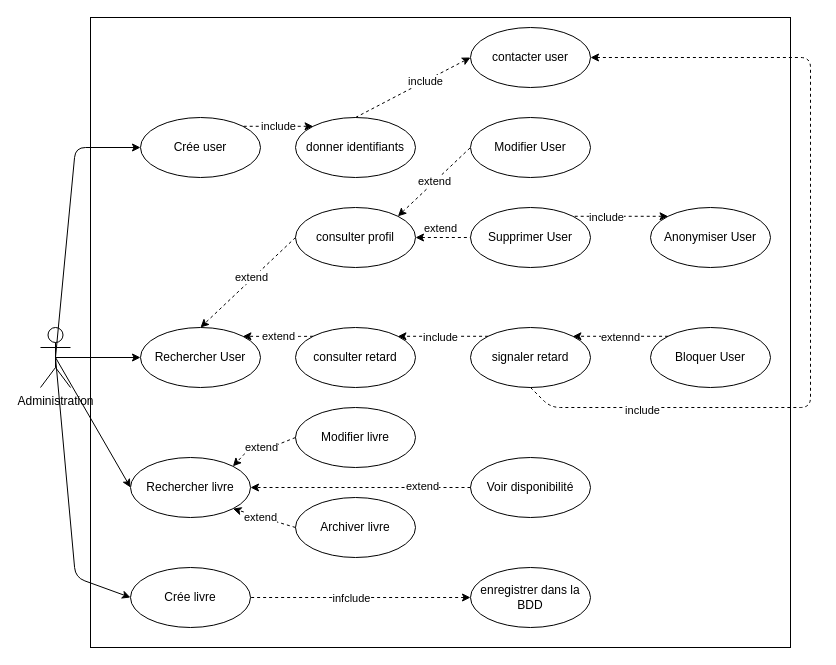
The draw.io diagram page "Page-2" (2 of 3) of diagramme/use_cases/use_cases.drawio in SquizzzGeekCat/Projet-Python_Bibliotheque, before the edit. Source tidied: cells renumbered, new cells numbered last; positions are measured from the earlier drawing's top-left corner, leaving out a move shared by most shapes. Both pictures are drawn from the tidied source at 100%, with x=0, y=0 at pixel (40, 17).
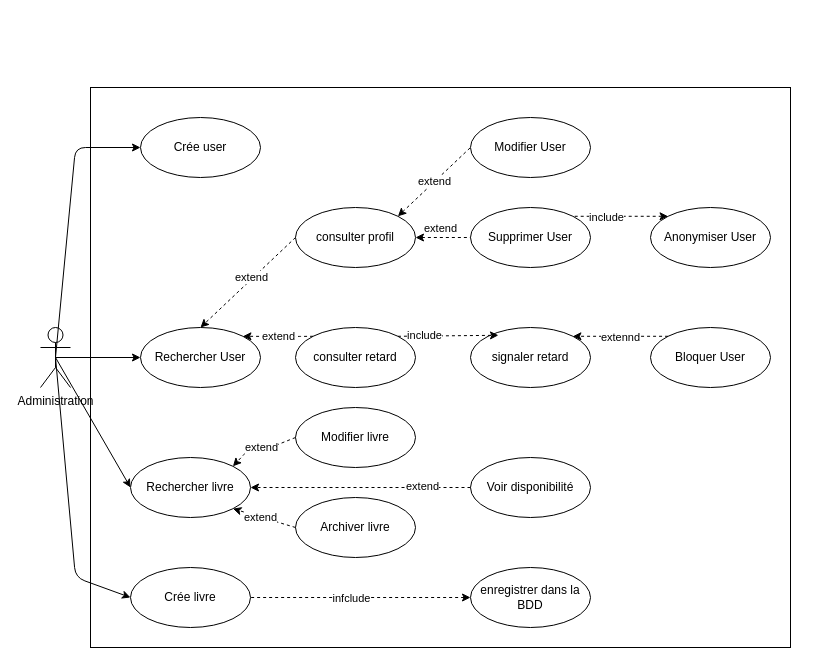
The same diagram, later.

The change refers to these unchanged cells:
```xml
<mxCell id="4" value="Crée user" style="ellipse;whiteSpace=wrap;html=1;" parent="1" vertex="1">
  <mxGeometry x="100" y="100" width="120" height="60" as="geometry" />
</mxCell>
<mxCell id="19" value="consulter retard" style="ellipse;whiteSpace=wrap;html=1;" parent="1" vertex="1">
  <mxGeometry x="255" y="310" width="120" height="60" as="geometry" />
</mxCell>
<mxCell id="20" value="signaler retard" style="ellipse;whiteSpace=wrap;html=1;" parent="1" vertex="1">
  <mxGeometry x="430" y="310" width="120" height="60" as="geometry" />
</mxCell>
```

What changed in the source:
```diff
@@
     <mxCell id="2" style="rounded=0;whiteSpace=wrap;html=1;fontSize=19;" parent="1" vertex="1">
-      <mxGeometry x="50" width="700" height="630" as="geometry" />
+      <mxGeometry x="50" y="70" width="700" height="560" as="geometry" />
     </mxCell>
@@
-    <mxCell id="21" value="donner identifiants" style="ellipse;whiteSpace=wrap;html=1;" parent="1" vertex="1">
-      <mxGeometry x="255" y="100" width="120" height="60" as="geometry" />
-    </mxCell>
-    <mxCell id="22" value="include" style="endArrow=none;html=1;dashed=1;exitX=0;exitY=0;exitDx=0;exitDy=0;entryX=1;entryY=0;entryDx=0;entryDy=0;startArrow=classic;startFill=1;endFill=0;" parent="1" edge="1" source="21" target="4">
-      <mxGeometry relative="1" as="geometry" />
-    </mxCell>
@@
-    <mxCell id="31" style="endArrow=classic;html=1;dashed=1;entryX=1;entryY=0;entryDx=0;entryDy=0;exitX=0;exitY=0;exitDx=0;exitDy=0;" parent="1" edge="1" source="20" target="19">
+    <mxCell id="31" style="endArrow=classic;html=1;dashed=1;entryX=0.233;entryY=0.13;entryDx=0;entryDy=0;exitX=1;exitY=0;exitDx=0;exitDy=0;entryPerimeter=0;" parent="1" edge="1" source="19" target="20">
       <mxGeometry relative="1" as="geometry" />
     </mxCell>
@@
-    <mxCell id="37" value="contacter user" style="ellipse;whiteSpace=wrap;html=1;" parent="1" vertex="1">
-      <mxGeometry x="430" y="10" width="120" height="60" as="geometry" />
-    </mxCell>
-    <mxCell id="38" style="endArrow=classic;html=1;dashed=1;exitX=0.5;exitY=1;exitDx=0;exitDy=0;entryX=1;entryY=0.5;entryDx=0;entryDy=0;" parent="1" edge="1" source="20" target="37">
-      <mxGeometry relative="1" as="geometry">
-        <Array as="points">
-          <mxPoint x="510" y="390" />
-          <mxPoint x="770" y="390" />
-          <mxPoint x="770" y="40" />
-        </Array>
-      </mxGeometry>
-    </mxCell>
-    <mxCell id="39" value="include" style="edgeLabel;html=1;align=center;verticalAlign=middle;" parent="38" vertex="1">
-      <mxGeometry x="-0.72" y="-2" relative="1" as="geometry" />
-    </mxCell>
-    <mxCell id="40" style="endArrow=classic;html=1;dashed=1;exitX=0.5;exitY=0;exitDx=0;exitDy=0;entryX=0;entryY=0.5;entryDx=0;entryDy=0;" parent="1" edge="1" source="21" target="37">
-      <mxGeometry relative="1" as="geometry" />
-    </mxCell>
-    <mxCell id="41" value="include" style="edgeLabel;html=1;align=center;verticalAlign=middle;" parent="40" vertex="1">
-      <mxGeometry x="0.21" relative="1" as="geometry" />
-    </mxCell>
```
